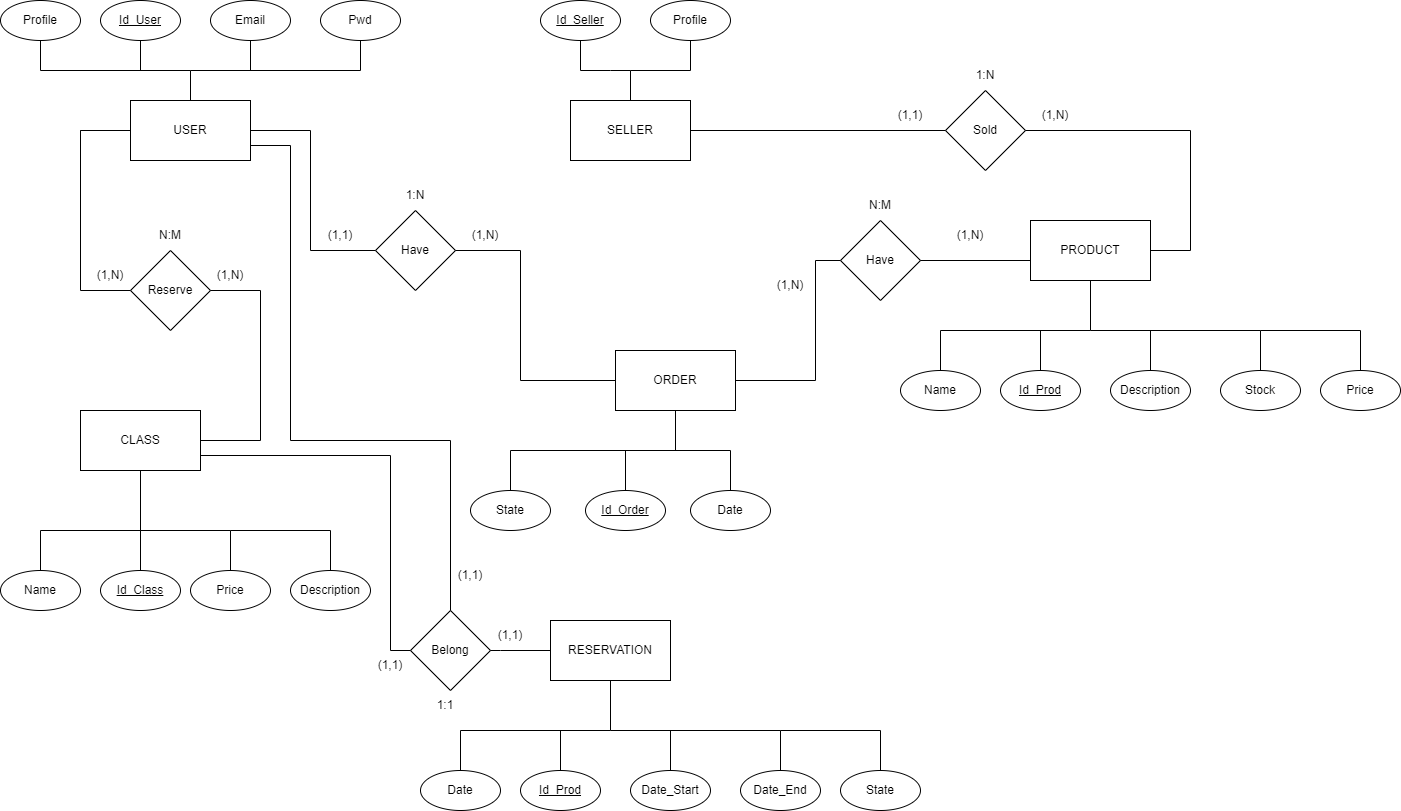
Above: Entidad-Relacion.drawio.png in OscarELCRACK17/imagen (draw.io), before the change. Source tidied: cells renumbered, new cells last; positions are measured from the earlier drawing's top-left corner, leaving out a move shared by most shapes.
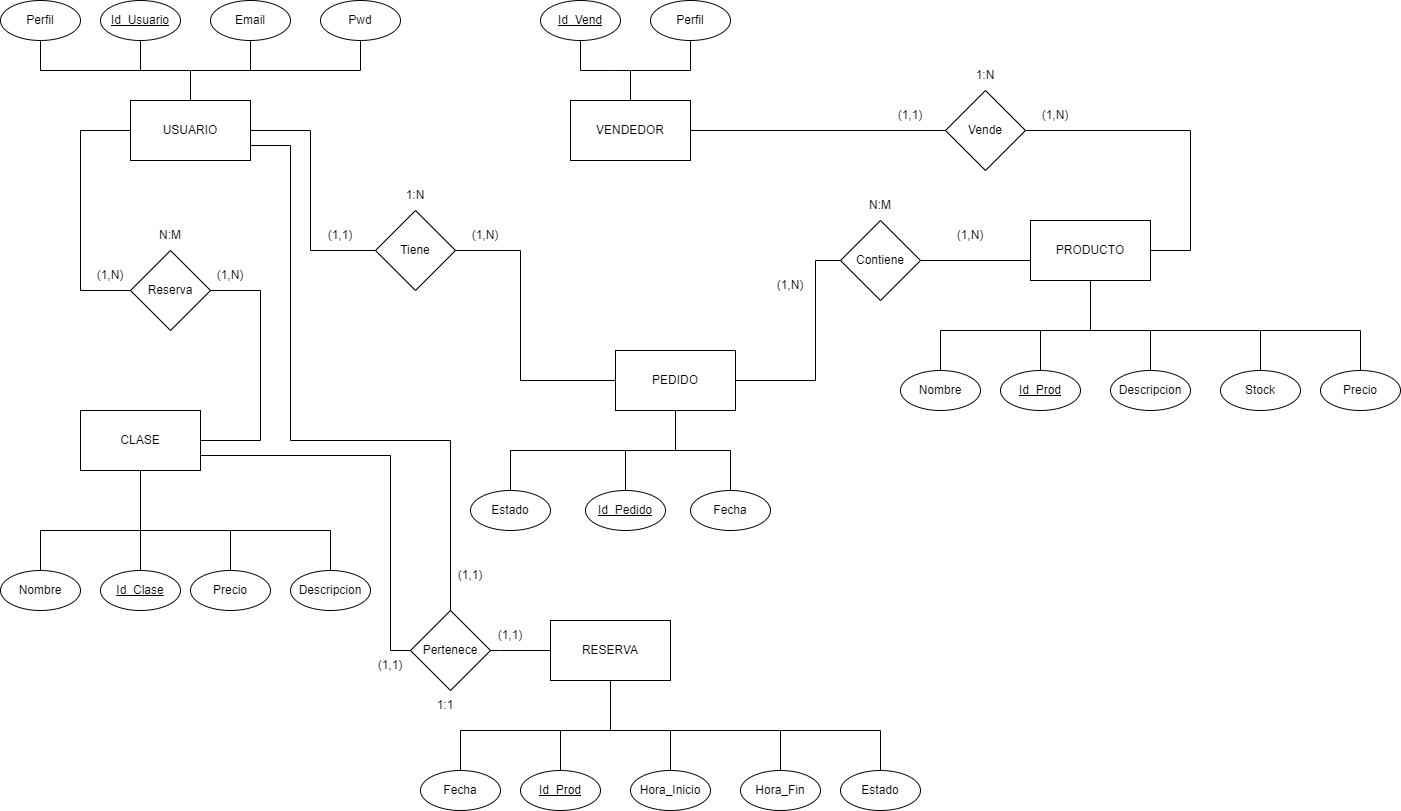
The same file after the commit.

Change to the diagram source:
```diff
@@ -2,10 +2,10 @@
   <root>
     <mxCell id="0" />
     <mxCell id="1" parent="0" />
-    <mxCell id="2" value="USER" style="rounded=0;whiteSpace=wrap;html=1;" parent="1" vertex="1">
+    <mxCell id="2" value="USUARIO" style="rounded=0;whiteSpace=wrap;html=1;" parent="1" vertex="1">
       <mxGeometry x="130" y="100" width="120" height="60" as="geometry" />
     </mxCell>
-    <mxCell id="3" value="&lt;u&gt;Id_User&lt;/u&gt;" style="ellipse;whiteSpace=wrap;html=1;" parent="1" vertex="1">
+    <mxCell id="3" value="&lt;u&gt;Id_Usuario&lt;/u&gt;" style="ellipse;whiteSpace=wrap;html=1;" parent="1" vertex="1">
       <mxGeometry x="100" width="80" height="40" as="geometry" />
     </mxCell>
     <mxCell id="4" value="Email" style="ellipse;whiteSpace=wrap;html=1;" parent="1" vertex="1">
@@ -14,7 +14,7 @@
     <mxCell id="5" value="Pwd" style="ellipse;whiteSpace=wrap;html=1;" parent="1" vertex="1">
       <mxGeometry x="320" width="80" height="40" as="geometry" />
     </mxCell>
-    <mxCell id="6" value="Profile" style="ellipse;whiteSpace=wrap;html=1;" parent="1" vertex="1">
+    <mxCell id="6" value="Perfil" style="ellipse;whiteSpace=wrap;html=1;" parent="1" vertex="1">
       <mxGeometry width="80" height="40" as="geometry" />
     </mxCell>
     <mxCell id="7" style="endArrow=none;html=1;rounded=0;exitX=0.5;exitY=0;exitDx=0;exitDy=0;" parent="1" edge="1" source="2">
@@ -44,13 +44,13 @@
         <mxPoint x="250" y="70" as="sourcePoint" />
       </mxGeometry>
     </mxCell>
-    <mxCell id="11" value="SELLER" style="rounded=0;whiteSpace=wrap;html=1;" parent="1" vertex="1">
+    <mxCell id="11" value="VENDEDOR" style="rounded=0;whiteSpace=wrap;html=1;" parent="1" vertex="1">
       <mxGeometry x="570" y="100" width="120" height="60" as="geometry" />
     </mxCell>
-    <mxCell id="12" value="&lt;u&gt;Id_Seller&lt;/u&gt;" style="ellipse;whiteSpace=wrap;html=1;" parent="1" vertex="1">
+    <mxCell id="12" value="&lt;u&gt;Id_Vend&lt;/u&gt;" style="ellipse;whiteSpace=wrap;html=1;" parent="1" vertex="1">
       <mxGeometry x="540" width="80" height="40" as="geometry" />
     </mxCell>
-    <mxCell id="13" value="Profile" style="ellipse;whiteSpace=wrap;html=1;" parent="1" vertex="1">
+    <mxCell id="13" value="Perfil" style="ellipse;whiteSpace=wrap;html=1;" parent="1" vertex="1">
       <mxGeometry x="650" width="80" height="40" as="geometry" />
     </mxCell>
     <mxCell id="14" style="endArrow=none;html=1;rounded=0;exitX=0.5;exitY=0;exitDx=0;exitDy=0;" parent="1" edge="1" source="11">
@@ -78,19 +78,19 @@
         <mxPoint x="690" y="70" as="sourcePoint" />
       </mxGeometry>
     </mxCell>
-    <mxCell id="18" value="PRODUCT" style="rounded=0;whiteSpace=wrap;html=1;flipH=0;" parent="1" vertex="1">
+    <mxCell id="18" value="PRODUCTO" style="rounded=0;whiteSpace=wrap;html=1;flipH=0;" parent="1" vertex="1">
       <mxGeometry x="1030" y="220" width="120" height="60" as="geometry" />
     </mxCell>
     <mxCell id="19" value="&lt;u&gt;Id_Prod&lt;/u&gt;" style="ellipse;whiteSpace=wrap;html=1;flipH=0;" parent="1" vertex="1">
       <mxGeometry x="1000" y="370" width="80" height="40" as="geometry" />
     </mxCell>
-    <mxCell id="20" value="Description" style="ellipse;whiteSpace=wrap;html=1;flipH=0;" parent="1" vertex="1">
+    <mxCell id="20" value="Descripcion" style="ellipse;whiteSpace=wrap;html=1;flipH=0;" parent="1" vertex="1">
       <mxGeometry x="1110" y="370" width="80" height="40" as="geometry" />
     </mxCell>
     <mxCell id="21" value="Stock" style="ellipse;whiteSpace=wrap;html=1;flipH=0;" parent="1" vertex="1">
       <mxGeometry x="1220" y="370" width="80" height="40" as="geometry" />
     </mxCell>
-    <mxCell id="22" value="Name" style="ellipse;whiteSpace=wrap;html=1;flipH=0;" parent="1" vertex="1">
+    <mxCell id="22" value="Nombre" style="ellipse;whiteSpace=wrap;html=1;flipH=0;" parent="1" vertex="1">
       <mxGeometry x="900" y="370" width="80" height="40" as="geometry" />
     </mxCell>
     <mxCell id="23" style="endArrow=none;html=1;rounded=0;entryX=0.5;entryY=0;entryDx=0;entryDy=0;" parent="1" edge="1" target="22">
@@ -123,7 +123,7 @@
         <mxPoint x="1150" y="370" as="targetPoint" />
       </mxGeometry>
     </mxCell>
-    <mxCell id="27" value="Price" style="ellipse;whiteSpace=wrap;html=1;flipH=0;" parent="1" vertex="1">
+    <mxCell id="27" value="Precio" style="ellipse;whiteSpace=wrap;html=1;flipH=0;" parent="1" vertex="1">
       <mxGeometry x="1320" y="370" width="80" height="40" as="geometry" />
     </mxCell>
     <mxCell id="28" style="endArrow=none;html=1;rounded=0;entryX=0.5;entryY=0;entryDx=0;entryDy=0;" parent="1" edge="1" target="27">
@@ -134,16 +134,16 @@
         </Array>
       </mxGeometry>
     </mxCell>
-    <mxCell id="29" value="ORDER" style="rounded=0;whiteSpace=wrap;html=1;" parent="1" vertex="1">
+    <mxCell id="29" value="PEDIDO" style="rounded=0;whiteSpace=wrap;html=1;" parent="1" vertex="1">
       <mxGeometry x="615" y="350" width="120" height="60" as="geometry" />
     </mxCell>
-    <mxCell id="30" value="&lt;u&gt;Id_Order&lt;/u&gt;" style="ellipse;whiteSpace=wrap;html=1;" parent="1" vertex="1">
+    <mxCell id="30" value="&lt;u&gt;Id_Pedido&lt;/u&gt;" style="ellipse;whiteSpace=wrap;html=1;" parent="1" vertex="1">
       <mxGeometry x="585" y="490" width="80" height="40" as="geometry" />
     </mxCell>
-    <mxCell id="31" value="Date" style="ellipse;whiteSpace=wrap;html=1;" parent="1" vertex="1">
+    <mxCell id="31" value="Fecha" style="ellipse;whiteSpace=wrap;html=1;" parent="1" vertex="1">
       <mxGeometry x="690" y="490" width="80" height="40" as="geometry" />
     </mxCell>
-    <mxCell id="32" value="State" style="ellipse;whiteSpace=wrap;html=1;" parent="1" vertex="1">
+    <mxCell id="32" value="Estado" style="ellipse;whiteSpace=wrap;html=1;" parent="1" vertex="1">
       <mxGeometry x="470" y="490" width="80" height="40" as="geometry" />
     </mxCell>
     <mxCell id="33" style="endArrow=none;html=1;rounded=0;exitX=0.5;exitY=1;exitDx=0;exitDy=0;entryX=0.5;entryY=0;entryDx=0;entryDy=0;" parent="1" edge="1" source="29" target="32">
@@ -168,16 +168,16 @@
         </Array>
       </mxGeometry>
     </mxCell>
-    <mxCell id="36" value="CLASS" style="rounded=0;whiteSpace=wrap;html=1;flipH=0;" parent="1" vertex="1">
+    <mxCell id="36" value="CLASE" style="rounded=0;whiteSpace=wrap;html=1;flipH=0;" parent="1" vertex="1">
       <mxGeometry x="80" y="410" width="120" height="60" as="geometry" />
     </mxCell>
-    <mxCell id="37" value="Description" style="ellipse;whiteSpace=wrap;html=1;flipH=0;" parent="1" vertex="1">
+    <mxCell id="37" value="Descripcion" style="ellipse;whiteSpace=wrap;html=1;flipH=0;" parent="1" vertex="1">
       <mxGeometry x="290" y="570" width="80" height="40" as="geometry" />
     </mxCell>
-    <mxCell id="38" value="&lt;u style=&quot;border-color: var(--border-color);&quot;&gt;Id_Class&lt;/u&gt;" style="ellipse;whiteSpace=wrap;html=1;flipH=0;" parent="1" vertex="1">
+    <mxCell id="38" value="&lt;u style=&quot;border-color: var(--border-color);&quot;&gt;Id_Clase&lt;/u&gt;" style="ellipse;whiteSpace=wrap;html=1;flipH=0;" parent="1" vertex="1">
       <mxGeometry x="100" y="570" width="80" height="40" as="geometry" />
     </mxCell>
-    <mxCell id="39" value="Name" style="ellipse;whiteSpace=wrap;html=1;flipH=0;" parent="1" vertex="1">
+    <mxCell id="39" value="Nombre" style="ellipse;whiteSpace=wrap;html=1;flipH=0;" parent="1" vertex="1">
       <mxGeometry y="570" width="80" height="40" as="geometry" />
     </mxCell>
     <mxCell id="40" style="endArrow=none;html=1;rounded=0;entryX=0.5;entryY=0;entryDx=0;entryDy=0;exitX=0.5;exitY=1;exitDx=0;exitDy=0;" parent="1" edge="1" source="36" target="39">
@@ -205,7 +205,7 @@
         </Array>
       </mxGeometry>
     </mxCell>
-    <mxCell id="43" value="Price" style="ellipse;whiteSpace=wrap;html=1;flipH=0;" parent="1" vertex="1">
+    <mxCell id="43" value="Precio" style="ellipse;whiteSpace=wrap;html=1;flipH=0;" parent="1" vertex="1">
       <mxGeometry x="190" y="570" width="80" height="40" as="geometry" />
     </mxCell>
     <mxCell id="44" style="endArrow=none;html=1;rounded=0;entryX=0.5;entryY=0;entryDx=0;entryDy=0;" parent="1" edge="1" target="43">
@@ -216,19 +216,19 @@
         </Array>
       </mxGeometry>
     </mxCell>
-    <mxCell id="45" value="RESERVATION" style="rounded=0;whiteSpace=wrap;html=1;flipH=0;" parent="1" vertex="1">
+    <mxCell id="45" value="RESERVA" style="rounded=0;whiteSpace=wrap;html=1;flipH=0;" parent="1" vertex="1">
       <mxGeometry x="550" y="620" width="120" height="60" as="geometry" />
     </mxCell>
     <mxCell id="46" value="&lt;u&gt;Id_Prod&lt;/u&gt;" style="ellipse;whiteSpace=wrap;html=1;flipH=0;" parent="1" vertex="1">
       <mxGeometry x="520" y="770" width="80" height="40" as="geometry" />
     </mxCell>
-    <mxCell id="47" value="Date_Start" style="ellipse;whiteSpace=wrap;html=1;flipH=0;" parent="1" vertex="1">
+    <mxCell id="47" value="Hora_Inicio" style="ellipse;whiteSpace=wrap;html=1;flipH=0;" parent="1" vertex="1">
       <mxGeometry x="630" y="770" width="80" height="40" as="geometry" />
     </mxCell>
-    <mxCell id="48" value="Date_End" style="ellipse;whiteSpace=wrap;html=1;flipH=0;" parent="1" vertex="1">
+    <mxCell id="48" value="Hora_Fin" style="ellipse;whiteSpace=wrap;html=1;flipH=0;" parent="1" vertex="1">
       <mxGeometry x="740" y="770" width="80" height="40" as="geometry" />
     </mxCell>
-    <mxCell id="49" value="Date" style="ellipse;whiteSpace=wrap;html=1;flipH=0;" parent="1" vertex="1">
+    <mxCell id="49" value="Fecha" style="ellipse;whiteSpace=wrap;html=1;flipH=0;" parent="1" vertex="1">
       <mxGeometry x="420" y="770" width="80" height="40" as="geometry" />
     </mxCell>
     <mxCell id="50" style="endArrow=none;html=1;rounded=0;entryX=0.5;entryY=0;entryDx=0;entryDy=0;" parent="1" edge="1" target="49">
@@ -261,7 +261,7 @@
         <mxPoint x="670" y="770" as="targetPoint" />
       </mxGeometry>
     </mxCell>
-    <mxCell id="54" value="State" style="ellipse;whiteSpace=wrap;html=1;flipH=0;" parent="1" vertex="1">
+    <mxCell id="54" value="Estado" style="ellipse;whiteSpace=wrap;html=1;flipH=0;" parent="1" vertex="1">
       <mxGeometry x="840" y="770" width="80" height="40" as="geometry" />
     </mxCell>
     <mxCell id="55" style="endArrow=none;html=1;rounded=0;entryX=0.5;entryY=0;entryDx=0;entryDy=0;" parent="1" edge="1" target="54">
@@ -272,7 +272,7 @@
         </Array>
       </mxGeometry>
     </mxCell>
-    <mxCell id="56" value="Have" style="rhombus;whiteSpace=wrap;html=1;" parent="1" vertex="1">
+    <mxCell id="56" value="Tiene" style="rhombus;whiteSpace=wrap;html=1;" parent="1" vertex="1">
       <mxGeometry x="375" y="210" width="80" height="80" as="geometry" />
     </mxCell>
     <mxCell id="57" style="endArrow=none;html=1;rounded=0;entryX=0;entryY=0.5;entryDx=0;entryDy=0;exitX=1;exitY=0.5;exitDx=0;exitDy=0;" parent="1" edge="1" source="2" target="56">
@@ -300,7 +300,7 @@
     <mxCell id="61" value="1:N" style="text;html=1;strokeColor=none;fillColor=none;align=center;verticalAlign=middle;whiteSpace=wrap;rounded=0;" parent="1" vertex="1">
       <mxGeometry x="385" y="180" width="60" height="30" as="geometry" />
     </mxCell>
-    <mxCell id="62" value="Sold" style="rhombus;whiteSpace=wrap;html=1;" parent="1" vertex="1">
+    <mxCell id="62" value="Vende" style="rhombus;whiteSpace=wrap;html=1;" parent="1" vertex="1">
       <mxGeometry x="945" y="90" width="80" height="80" as="geometry" />
     </mxCell>
     <mxCell id="63" value="(1,N)" style="text;html=1;strokeColor=none;fillColor=none;align=center;verticalAlign=middle;whiteSpace=wrap;rounded=0;" parent="1" vertex="1">
@@ -323,7 +323,7 @@
         </Array>
       </mxGeometry>
     </mxCell>
-    <mxCell id="68" value="Have" style="rhombus;whiteSpace=wrap;html=1;flipH=1;" parent="1" vertex="1">
+    <mxCell id="68" value="Contiene" style="rhombus;whiteSpace=wrap;html=1;flipH=1;" parent="1" vertex="1">
       <mxGeometry x="840" y="220" width="80" height="80" as="geometry" />
     </mxCell>
     <mxCell id="69" style="endArrow=none;html=1;rounded=0;entryX=1;entryY=0.5;entryDx=0;entryDy=0;exitX=0;exitY=0.5;exitDx=0;exitDy=0;" parent="1" edge="1" source="68" target="29">
@@ -349,7 +349,7 @@
         <mxPoint x="1030" y="260" as="targetPoint" />
       </mxGeometry>
     </mxCell>
-    <mxCell id="74" value="Reserve" style="rhombus;whiteSpace=wrap;html=1;" parent="1" vertex="1">
+    <mxCell id="74" value="Reserva" style="rhombus;whiteSpace=wrap;html=1;" parent="1" vertex="1">
       <mxGeometry x="130" y="250" width="80" height="80" as="geometry" />
     </mxCell>
     <mxCell id="75" style="endArrow=none;html=1;rounded=0;entryX=1;entryY=0.5;entryDx=0;entryDy=0;" parent="1" edge="1" target="74">
@@ -384,7 +384,7 @@
     <mxCell id="80" value="N:M" style="text;html=1;strokeColor=none;fillColor=none;align=center;verticalAlign=middle;whiteSpace=wrap;rounded=0;flipH=1;" parent="1" vertex="1">
       <mxGeometry x="140" y="220" width="60" height="30" as="geometry" />
     </mxCell>
-    <mxCell id="81" value="Belong" style="rhombus;whiteSpace=wrap;html=1;" parent="1" vertex="1">
+    <mxCell id="81" value="Pertenece" style="rhombus;whiteSpace=wrap;html=1;" parent="1" vertex="1">
       <mxGeometry x="410" y="610" width="80" height="80" as="geometry" />
     </mxCell>
     <mxCell id="82" style="endArrow=none;html=1;rounded=0;entryX=0;entryY=0.5;entryDx=0;entryDy=0;exitX=1;exitY=0.5;exitDx=0;exitDy=0;" parent="1" edge="1" source="81" target="45">
```
